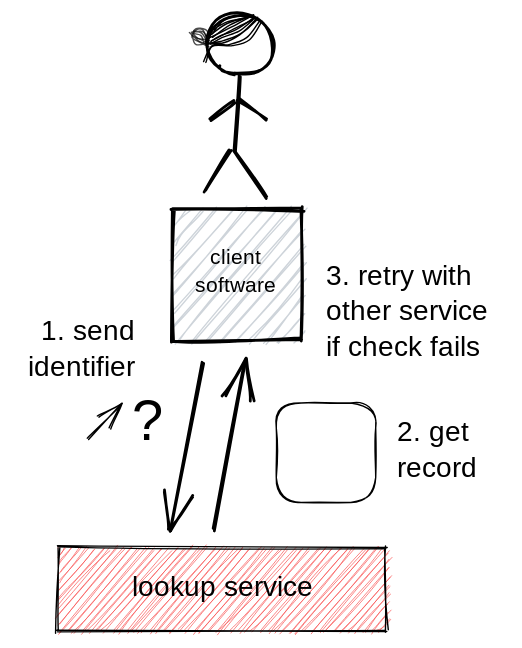
This is images/retrieving.svg from tkuhn/knowledge-space, a Excalidraw export, as it was before one commit. Source tidied: one line per element, renumbered; positions are measured from the earlier drawing's top-left corner, leaving out a move shared by most shapes.
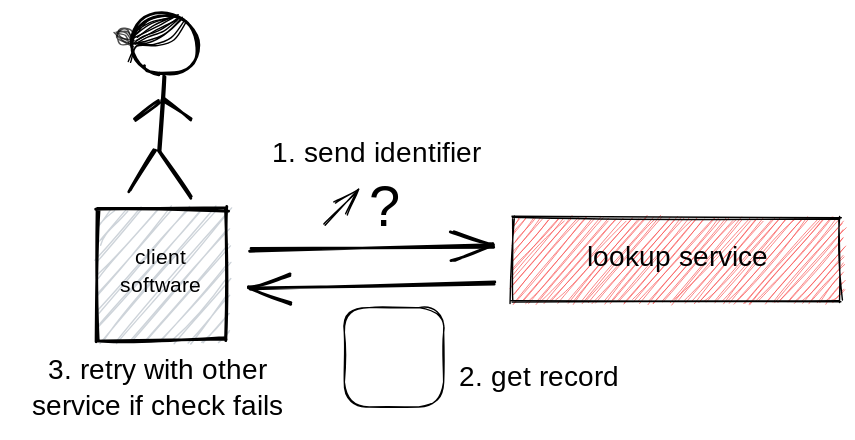
After the change.

Diff of the diagram source:
```diff
@@ -1,16 +1,16 @@
-{"id": 0, "type": "rectangle", "strokeColor": "transparent", "backgroundColor": "#ffffff", "fillStyle": "solid", "strokeWidth": 1, "roughness": 1, "x": 32, "y": 383, "width": 234, "height": 59}
+{"id": 0, "type": "rectangle", "strokeColor": "transparent", "backgroundColor": "#ffffff", "fillStyle": "solid", "strokeWidth": 1, "roughness": 1, "x": 411, "y": 148, "width": 234, "height": 59}
-{"id": 1, "type": "rectangle", "strokeColor": "#000000", "backgroundColor": "#fa5252", "fillStyle": "hachure", "strokeWidth": 1, "roughness": 1, "x": 31, "y": 381, "width": 234, "height": 59}
+{"id": 1, "type": "rectangle", "strokeColor": "#000000", "backgroundColor": "#fa5252", "fillStyle": "hachure", "strokeWidth": 1, "roughness": 1, "x": 410, "y": 146, "width": 234, "height": 59}
-{"id": 2, "type": "text", "text": "lookup service", "strokeColor": "#000000", "backgroundColor": "#228be6", "fillStyle": "solid", "strokeWidth": 1, "roughness": 1, "fontSize": 20, "fontFamily": 1, "textAlign": "center", "x": 82, "y": 397, "width": 135, "height": 26}
+{"id": 2, "type": "text", "text": "lookup service", "strokeColor": "#000000", "backgroundColor": "#228be6", "fillStyle": "solid", "strokeWidth": 1, "roughness": 1, "fontSize": 20, "fontFamily": 1, "textAlign": "center", "x": 460, "y": 162, "width": 135, "height": 26}
-{"id": 3, "type": "arrow", "strokeColor": "#000000", "strokeWidth": 2, "roughness": 1, "endArrowhead": "arrow", "from": 4, "to": 1, "x": 135, "y": 249, "width": 24, "height": 119, "points": [[0, 0], [-24, 119]]}
+{"id": 3, "type": "arrow", "strokeColor": "#000000", "strokeWidth": 2, "roughness": 1, "startArrowhead": "arrow", "from": 4, "to": 1, "x": 222, "y": 196, "width": 175, "height": 5, "points": [[0, 0], [175, -5]]}
 {"id": 4, "type": "rectangle", "strokeColor": "#000000", "backgroundColor": "#ced4da", "fillStyle": "hachure", "strokeWidth": 2, "roughness": 1, "x": 114, "y": 139, "width": 92, "height": 94}
 {"id": 5, "type": "text", "text": "client\nsoftware", "strokeColor": "#000000", "backgroundColor": "#ced4da", "fillStyle": "hachure", "strokeWidth": 2, "roughness": 1, "fontSize": 15.0, "fontFamily": 1, "textAlign": "center", "verticalAlign": "middle", "x": 125, "y": 164, "width": 66, "height": 40}
-{"id": 6, "type": "arrow", "strokeColor": "#000000", "strokeWidth": 2, "roughness": 1, "startArrowhead": "arrow", "from": 4, "to": 1, "x": 165, "y": 247, "width": 22, "height": 121, "points": [[0, 0], [-22, 121]]}
+{"id": 6, "type": "arrow", "strokeColor": "#000000", "strokeWidth": 2, "roughness": 1, "endArrowhead": "arrow", "from": 4, "to": 1, "x": 222, "y": 168, "width": 174, "height": 2, "points": [[0, 0], [174, -2]]}
-{"id": 7, "type": "text", "text": "?", "strokeColor": "#000000", "backgroundColor": "#12b886", "fillStyle": "hachure", "strokeWidth": 1, "strokeStyle": "dotted", "roughness": 0, "fontSize": 40.0, "fontFamily": 1, "x": 84, "y": 267, "width": 20, "height": 52}
+{"id": 7, "type": "text", "text": "?", "strokeColor": "#000000", "backgroundColor": "#12b886", "fillStyle": "hachure", "strokeWidth": 1, "strokeStyle": "dotted", "roughness": 0, "fontSize": 40.0, "fontFamily": 1, "x": 307, "y": 115, "width": 20, "height": 52}
-{"id": 8, "type": "arrow", "strokeColor": "#000000", "strokeWidth": 1, "roughness": 1, "endArrowhead": "arrow", "to": 7, "x": 52, "y": 303, "width": 24, "height": 26, "points": [[0, 0], [24, -26]]}
+{"id": 8, "type": "arrow", "strokeColor": "#000000", "strokeWidth": 1, "roughness": 1, "endArrowhead": "arrow", "to": 7, "x": 275, "y": 151, "width": 24, "height": 26, "points": [[0, 0], [24, -26]]}
-{"id": 9, "type": "rectangle", "strokeColor": "#000000", "backgroundColor": "#ffffff", "fillStyle": "solid", "strokeWidth": 1, "roughness": 1, "x": 187, "y": 277, "width": 71, "height": 71}
+{"id": 9, "type": "rectangle", "strokeColor": "#000000", "backgroundColor": "#ffffff", "fillStyle": "solid", "strokeWidth": 1, "roughness": 1, "x": 290, "y": 210, "width": 71, "height": 71}
-{"id": 10, "type": "text", "text": "1. send\nidentifier", "strokeColor": "#000000", "strokeWidth": 1, "roughness": 1, "fontSize": 20, "fontFamily": 1, "textAlign": "right", "x": 0, "y": 215, "width": 86, "height": 51}
+{"id": 10, "type": "text", "text": "1. send identifier", "strokeColor": "#000000", "strokeWidth": 1, "roughness": 1, "fontSize": 20, "fontFamily": 1, "textAlign": "center", "x": 233, "y": 87, "width": 160, "height": 25}
-{"id": 11, "type": "text", "text": "2. get\nrecord", "strokeColor": "#000000", "strokeWidth": 1, "roughness": 1, "fontSize": 20, "fontFamily": 1, "x": 273, "y": 287, "width": 62, "height": 51}
+{"id": 11, "type": "text", "text": "2. get record", "strokeColor": "#000000", "strokeWidth": 1, "roughness": 1, "fontSize": 20, "fontFamily": 1, "x": 372, "y": 248, "width": 133, "height": 25}
-{"id": 12, "type": "text", "text": "3. retry with\nother service\nif check fails", "strokeColor": "#000000", "strokeWidth": 1, "roughness": 1, "fontSize": 20, "fontFamily": 1, "x": 223, "y": 175, "width": 130, "height": 76}
+{"id": 12, "type": "text", "text": "3. retry with other\nservice if check fails", "strokeColor": "#000000", "strokeWidth": 1, "roughness": 1, "fontSize": 20, "fontFamily": 1, "textAlign": "center", "x": 54, "y": 243, "width": 205, "height": 51}
 {"id": 13, "type": "ellipse", "strokeColor": "#000000", "angle": 3.54, "strokeWidth": 2, "roughness": 1, "x": 138, "y": 0, "width": 47, "height": 43}
 {"id": 14, "type": "line", "strokeColor": "#000000", "backgroundColor": "#ced4da", "fillStyle": "solid", "strokeWidth": 2, "roughness": 1, "x": 160, "y": 45, "width": 2, "height": 53, "points": [[0, 0], [-2, 53]]}
 {"id": 15, "type": "line", "strokeColor": "#000000", "backgroundColor": "#ced4da", "fillStyle": "solid", "strokeWidth": 2, "roughness": 1, "x": 158, "y": 98, "width": 21, "height": 32, "points": [[0, 0], [21, 32]]}
```
